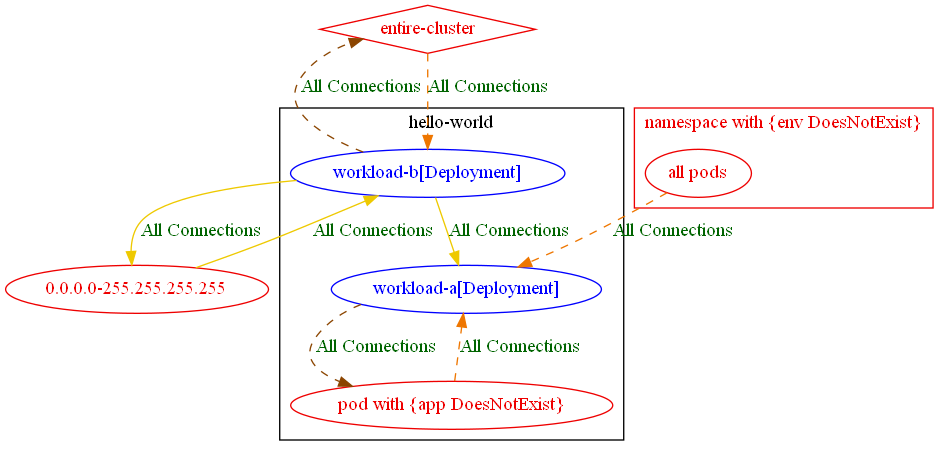
This is test_outputs/connlist/exposure_test_exposure_with_match_expression_does_not_exist_op_connlist_output.dot.png from np-guard/netpol-analyzer, a Graphviz export, as it was before one commit. Its source is kept beside it as test_outputs/connlist/exposure_test_exposure_with_match_expression_does_not_exist_op_connlist_output.dot. Its diagram source:
```dot
digraph {
	subgraph "cluster_hello_world" {
		color="black"
		fontcolor="black"
		"hello-world/workload-a[Deployment]" [label="workload-a[Deployment]" color="blue" fontcolor="blue"]
		"hello-world/workload-b[Deployment]" [label="workload-b[Deployment]" color="blue" fontcolor="blue"]
		"pod with {app DoesNotExist}_in_hello-world" [label="pod with {app DoesNotExist}" color="red2" fontcolor="red2"]
		label="hello-world"
	}
	subgraph "cluster_namespace with {env DoesNotExist}" {
		color="red2"
		fontcolor="red2"
		"all pods_in_namespace with {env DoesNotExist}" [label="all pods" color="red2" fontcolor="red2"]
		label="namespace with {env DoesNotExist}"
	}
	"0.0.0.0-255.255.255.255" [label="0.0.0.0-255.255.255.255" color="red2" fontcolor="red2"]
	"entire-cluster" [label="entire-cluster" color="red2" fontcolor="red2" shape=diamond]
	"0.0.0.0-255.255.255.255" -> "hello-world/workload-b[Deployment]" [label="All Connections" color="gold2" fontcolor="darkgreen"]
	"all pods_in_namespace with {env DoesNotExist}" -> "hello-world/workload-a[Deployment]" [label="All Connections" color="darkorange2" fontcolor="darkgreen" weight=1 style=dashed]
	"entire-cluster" -> "hello-world/workload-b[Deployment]" [label="All Connections" color="darkorange2" fontcolor="darkgreen" weight=1 style=dashed]
	"hello-world/workload-a[Deployment]" -> "pod with {app DoesNotExist}_in_hello-world" [label="All Connections" color="darkorange4" fontcolor="darkgreen" weight=0.5 style=dashed]
	"hello-world/workload-b[Deployment]" -> "0.0.0.0-255.255.255.255" [label="All Connections" color="gold2" fontcolor="darkgreen"]
	"hello-world/workload-b[Deployment]" -> "entire-cluster" [label="All Connections" color="darkorange4" fontcolor="darkgreen" weight=0.5 style=dashed]
	"hello-world/workload-b[Deployment]" -> "hello-world/workload-a[Deployment]" [label="All Connections" color="gold2" fontcolor="darkgreen"]
	"pod with {app DoesNotExist}_in_hello-world" -> "hello-world/workload-a[Deployment]" [label="All Connections" color="darkorange2" fontcolor="darkgreen" weight=1 style=dashed]
}
```
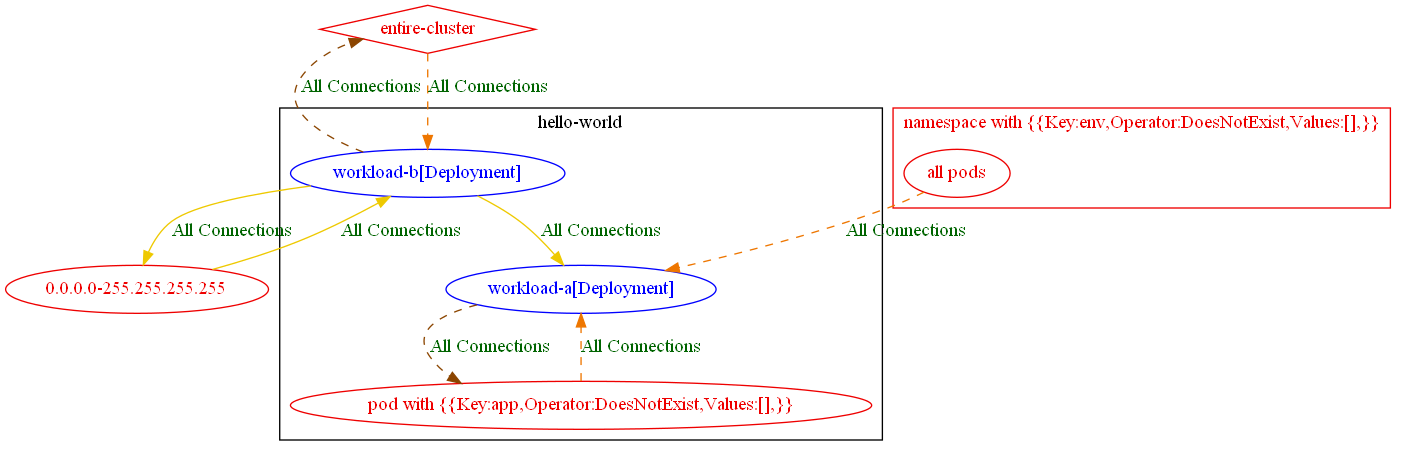
The same diagram one commit later.

Diff of the diagram source:
```diff
@@ -4,23 +4,23 @@
 		fontcolor="black"
 		"hello-world/workload-a[Deployment]" [label="workload-a[Deployment]" color="blue" fontcolor="blue"]
 		"hello-world/workload-b[Deployment]" [label="workload-b[Deployment]" color="blue" fontcolor="blue"]
-		"pod with {app DoesNotExist}_in_hello-world" [label="pod with {app DoesNotExist}" color="red2" fontcolor="red2"]
+		"pod with {{Key:app,Operator:DoesNotExist,Values:[],}}_in_hello-world" [label="pod with {{Key:app,Operator:DoesNotExist,Values:[],}}" color="red2" fontcolor="red2"]
 		label="hello-world"
 	}
-	subgraph "cluster_namespace with {env DoesNotExist}" {
+	subgraph "cluster_namespace with {{Key:env,Operator:DoesNotExist,Values:[],}}" {
 		color="red2"
 		fontcolor="red2"
-		"all pods_in_namespace with {env DoesNotExist}" [label="all pods" color="red2" fontcolor="red2"]
-		label="namespace with {env DoesNotExist}"
+		"all pods_in_namespace with {{Key:env,Operator:DoesNotExist,Values:[],}}" [label="all pods" color="red2" fontcolor="red2"]
+		label="namespace with {{Key:env,Operator:DoesNotExist,Values:[],}}"
 	}
 	"0.0.0.0-255.255.255.255" [label="0.0.0.0-255.255.255.255" color="red2" fontcolor="red2"]
 	"entire-cluster" [label="entire-cluster" color="red2" fontcolor="red2" shape=diamond]
 	"0.0.0.0-255.255.255.255" -> "hello-world/workload-b[Deployment]" [label="All Connections" color="gold2" fontcolor="darkgreen"]
-	"all pods_in_namespace with {env DoesNotExist}" -> "hello-world/workload-a[Deployment]" [label="All Connections" color="darkorange2" fontcolor="darkgreen" weight=1 style=dashed]
+	"all pods_in_namespace with {{Key:env,Operator:DoesNotExist,Values:[],}}" -> "hello-world/workload-a[Deployment]" [label="All Connections" color="darkorange2" fontcolor="darkgreen" weight=1 style=dashed]
 	"entire-cluster" -> "hello-world/workload-b[Deployment]" [label="All Connections" color="darkorange2" fontcolor="darkgreen" weight=1 style=dashed]
-	"hello-world/workload-a[Deployment]" -> "pod with {app DoesNotExist}_in_hello-world" [label="All Connections" color="darkorange4" fontcolor="darkgreen" weight=0.5 style=dashed]
+	"hello-world/workload-a[Deployment]" -> "pod with {{Key:app,Operator:DoesNotExist,Values:[],}}_in_hello-world" [label="All Connections" color="darkorange4" fontcolor="darkgreen" weight=0.5 style=dashed]
 	"hello-world/workload-b[Deployment]" -> "0.0.0.0-255.255.255.255" [label="All Connections" color="gold2" fontcolor="darkgreen"]
 	"hello-world/workload-b[Deployment]" -> "entire-cluster" [label="All Connections" color="darkorange4" fontcolor="darkgreen" weight=0.5 style=dashed]
 	"hello-world/workload-b[Deployment]" -> "hello-world/workload-a[Deployment]" [label="All Connections" color="gold2" fontcolor="darkgreen"]
-	"pod with {app DoesNotExist}_in_hello-world" -> "hello-world/workload-a[Deployment]" [label="All Connections" color="darkorange2" fontcolor="darkgreen" weight=1 style=dashed]
+	"pod with {{Key:app,Operator:DoesNotExist,Values:[],}}_in_hello-world" -> "hello-world/workload-a[Deployment]" [label="All Connections" color="darkorange2" fontcolor="darkgreen" weight=1 style=dashed]
 }
```
